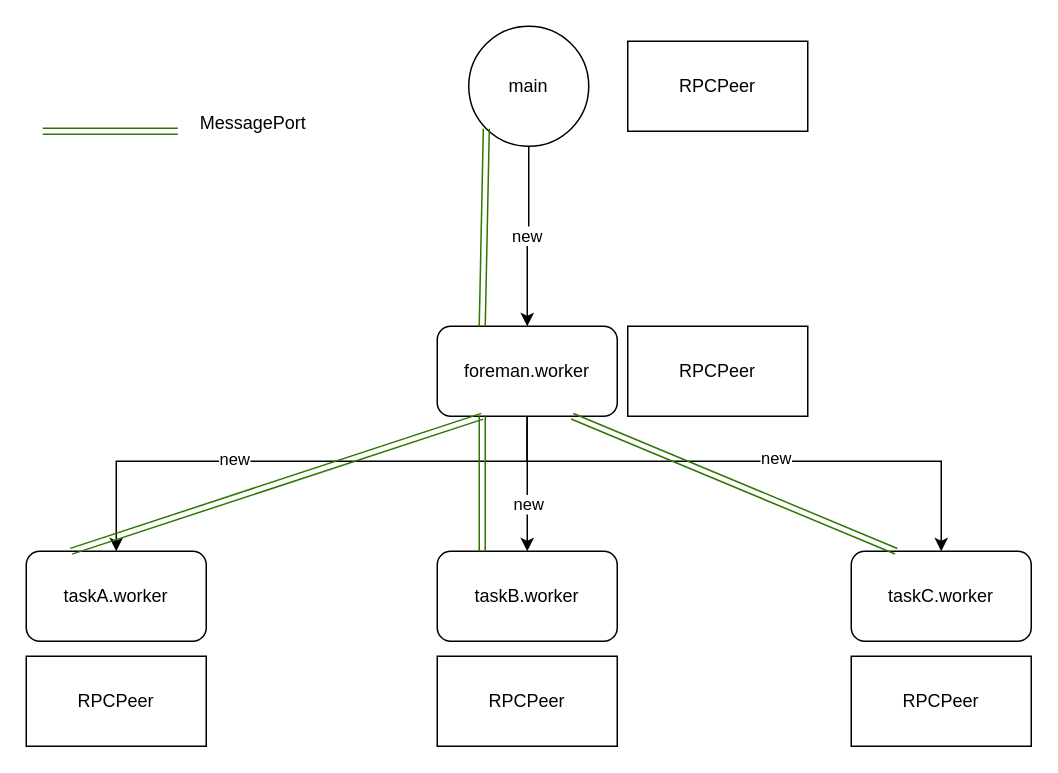
Above: page "创建结构" (1 of 2) of examples/example.drawio in ApowoGames/webworker-rpc (draw.io), before the change. Source tidied: cells renumbered, new cells numbered last; positions are measured from the earlier drawing's top-left corner, leaving out a move shared by most shapes. Both pictures are drawn from the tidied source at 150%, with x=0, y=0 at pixel (26, 26).
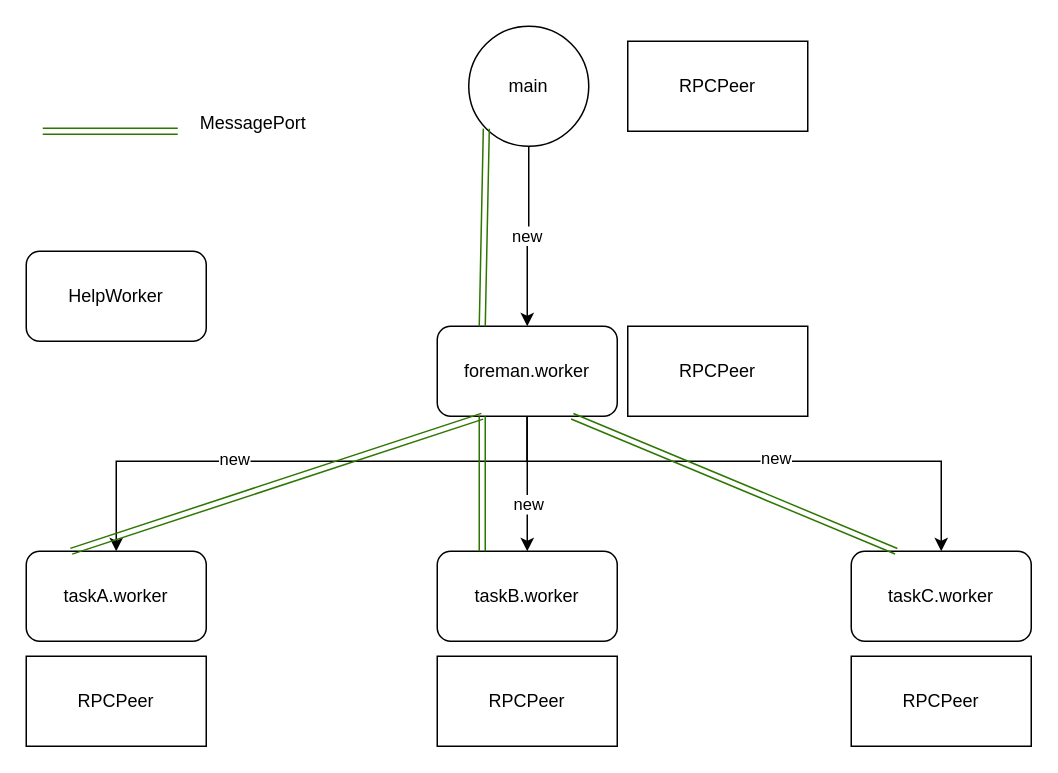
After the change.

Diff of the diagram source:
```diff
@@
+    <mxCell id="25" value="HelpWorker" style="rounded=1;whiteSpace=wrap;html=1;" parent="1" vertex="1">
+      <mxGeometry y="150" width="120" height="60" as="geometry" />
+    </mxCell>
```
